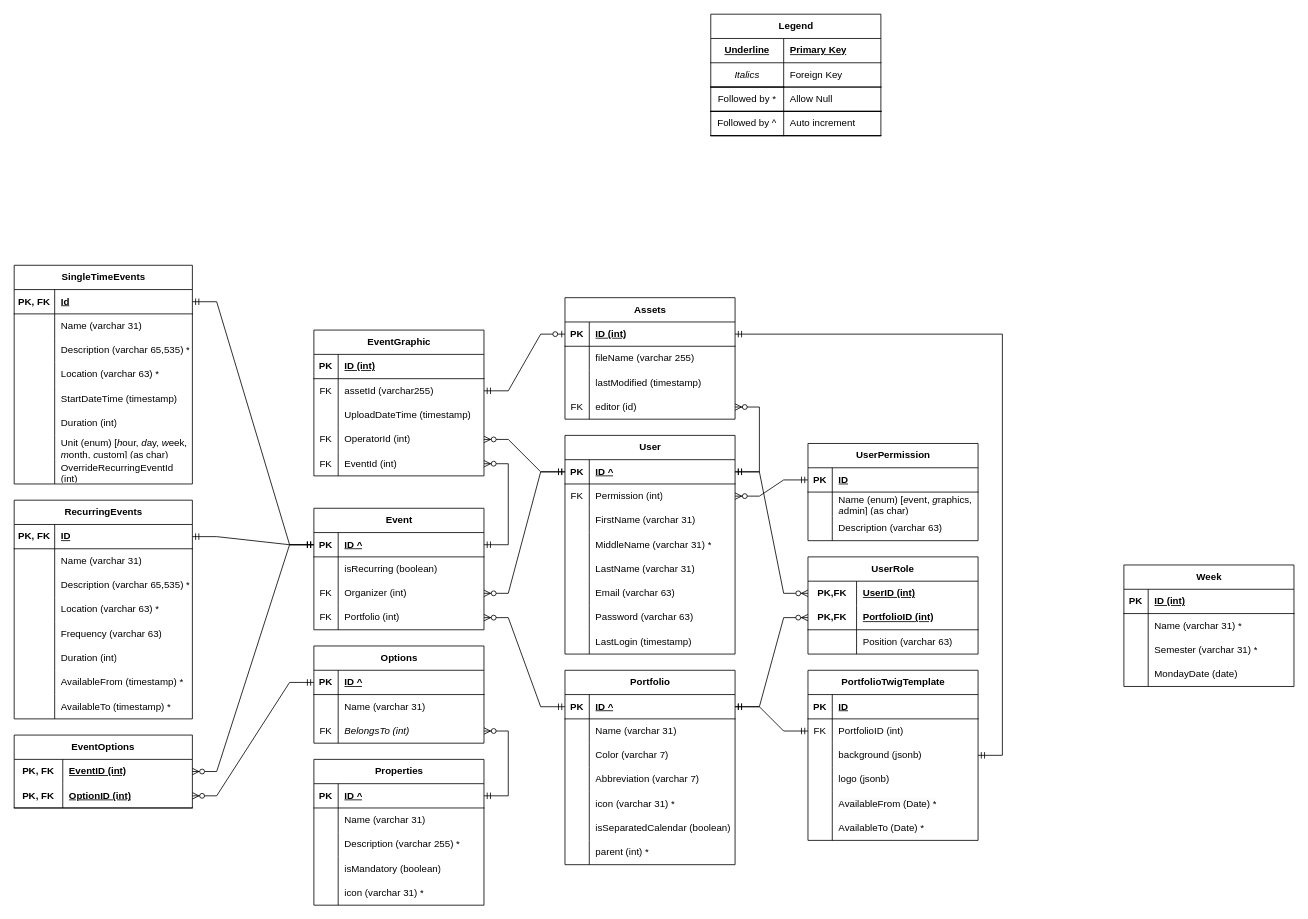
Before: design/eTWIG.ER.drawio in stewebb/eTWIG, a draw.io diagram. Source tidied: cells renumbered, new cells numbered last; positions are measured from the earlier drawing's top-left corner, leaving out a move shared by most shapes. Both pictures are drawn from the tidied source at 81%, with x=0, y=0 at pixel (14, 14).
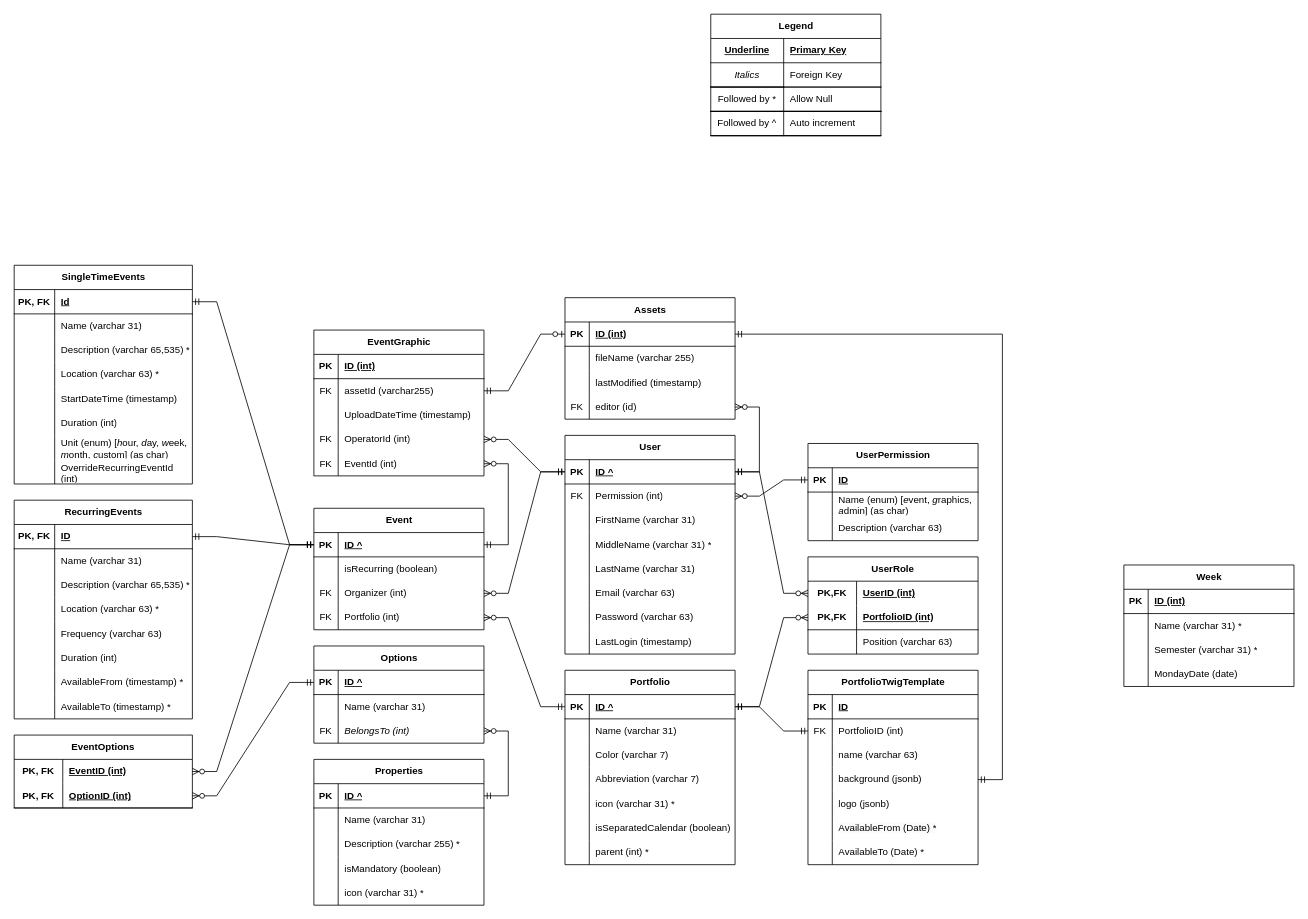
After the change.

What changed in the source:
```diff
@@
     <mxCell id="236" value="PortfolioTwigTemplate" style="shape=table;startSize=30;childLayout=tableLayout;rowLines=0;fontStyle=1;align=center;html=1;" parent="1" vertex="1">
-      <mxGeometry x="980" y="810" width="210" height="210" as="geometry" />
+      <mxGeometry x="980" y="810" width="210" height="240" as="geometry" />
     </mxCell>
@@
+    <mxCell id="255" style="shape=tableRow;horizontal=0;startSize=0;swimlaneHead=0;swimlaneBody=0;fillColor=none;top=0;left=0;right=0;bottom=0;" parent="236" vertex="1">
+      <mxGeometry y="90" width="210" height="30" as="geometry" />
+    </mxCell>
+    <mxCell id="256" style="shape=partialRectangle;fillColor=none;top=0;left=0;bottom=0;right=0;overflow=hidden;whiteSpace=wrap;html=1;" parent="255" vertex="1">
+      <mxGeometry width="30" height="30" as="geometry" />
+    </mxCell>
+    <mxCell id="257" value="name (varchar 63)" style="shape=partialRectangle;fillColor=none;top=0;left=0;bottom=0;right=0;align=left;spacingLeft=6;overflow=hidden;whiteSpace=wrap;html=1;" parent="255" vertex="1">
+      <mxGeometry x="30" width="180" height="30" as="geometry" />
+    </mxCell>
     <mxCell id="243" style="shape=tableRow;horizontal=0;startSize=0;swimlaneHead=0;swimlaneBody=0;fillColor=none;points=[[0,0.5],[1,0.5]];portConstraint=eastwest;top=0;left=0;right=0;bottom=0;" parent="236" vertex="1">
-      <mxGeometry y="90" width="210" height="30" as="geometry" />
+      <mxGeometry y="120" width="210" height="30" as="geometry" />
     </mxCell>
@@
     <mxCell id="246" style="shape=tableRow;horizontal=0;startSize=0;swimlaneHead=0;swimlaneBody=0;fillColor=none;top=0;left=0;right=0;bottom=0;" parent="236" vertex="1">
-      <mxGeometry y="120" width="210" height="30" as="geometry" />
+      <mxGeometry y="150" width="210" height="30" as="geometry" />
     </mxCell>
@@
     <mxCell id="249" style="shape=tableRow;horizontal=0;startSize=0;swimlaneHead=0;swimlaneBody=0;fillColor=none;top=0;left=0;right=0;bottom=0;" parent="236" vertex="1">
-      <mxGeometry y="150" width="210" height="30" as="geometry" />
+      <mxGeometry y="180" width="210" height="30" as="geometry" />
     </mxCell>
@@
     <mxCell id="252" style="shape=tableRow;horizontal=0;startSize=0;swimlaneHead=0;swimlaneBody=0;fillColor=none;top=0;left=0;right=0;bottom=0;" parent="236" vertex="1">
-      <mxGeometry y="180" width="210" height="30" as="geometry" />
+      <mxGeometry y="210" width="210" height="30" as="geometry" />
     </mxCell>
```
